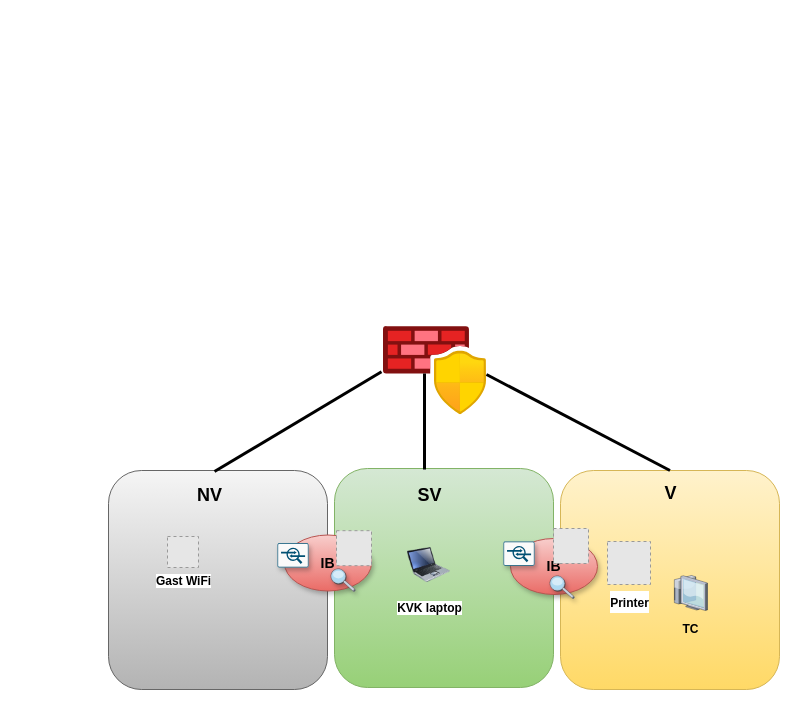
mhwwas/Terraform keeps this draw.io diagram as test.drawio. Above is the earlier version. Source tidied: cells renumbered, new cells numbered last; positions are measured from the earlier drawing's top-left corner, leaving out a move shared by most shapes. Both pictures are drawn from the tidied source at 100%, with x=0, y=0 at pixel (108, 326). Pictures stored in the file or linked from it are replaced by grey dashed boxes.
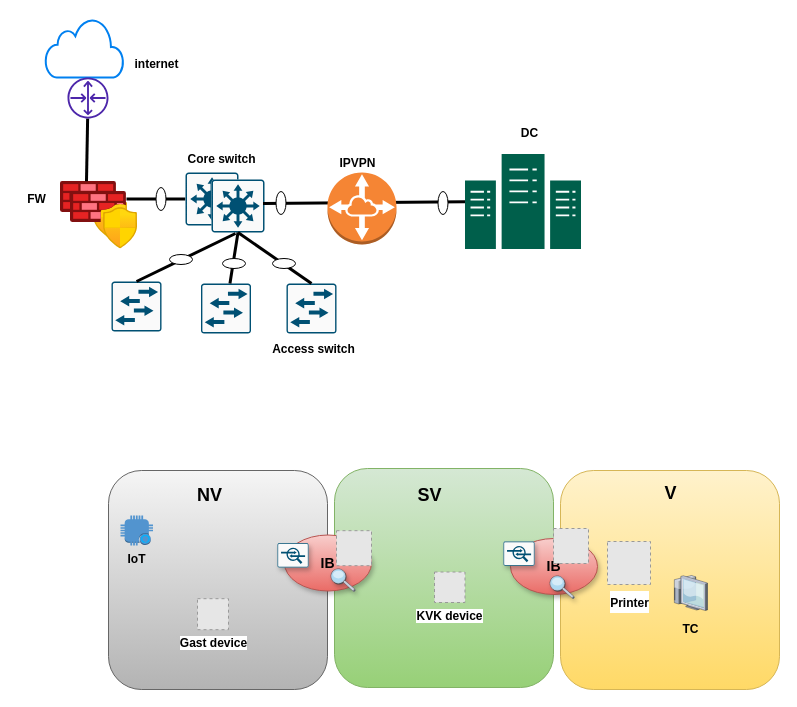
Above is the later version.

The change refers to these unchanged cells:
```xml
<mxCell id="4" style="whiteSpace=wrap;html=1;fillColor=#d5e8d4;strokeColor=#82b366;rounded=1;gradientColor=#97d077;" parent="1" vertex="1">
  <mxGeometry x="226" y="142" width="219" height="219" as="geometry" />
</mxCell>
<mxCell id="5" style="whiteSpace=wrap;html=1;fillColor=#fff2cc;strokeColor=#d6b656;gradientColor=#ffd966;rounded=1;" parent="1" vertex="1">
  <mxGeometry x="452" y="144" width="219" height="219" as="geometry" />
</mxCell>
```

Change to the diagram source:
```diff
@@
+    <mxCell id="24" style="html=1;verticalLabelPosition=bottom;align=center;labelBackgroundColor=#ffffff;verticalAlign=top;strokeWidth=2;strokeColor=#0080F0;shadow=0;dashed=0;shape=mxgraph.ios7.icons.cloud;" parent="1" vertex="1">
+      <mxGeometry x="-63" y="-308" width="78" height="59" as="geometry" />
+    </mxCell>
     <mxCell id="2" style="html=1;points=[];align=center;image;fontSize=12;image=img/lib/azure2/networking/Azure_Firewall_Manager.svg;" parent="1" vertex="1">
-      <mxGeometry x="275" width="103" height="88.3" as="geometry" />
+      <mxGeometry x="-48" y="-145" width="67" height="57.4" as="geometry" />
     </mxCell>
@@
-    <mxCell id="6" style="endArrow=none;html=1;rounded=0;strokeWidth=3;" parent="1" edge="1">
-      <mxGeometry relative="1" as="geometry">
-        <mxPoint x="106" y="145" as="sourcePoint" />
-        <mxPoint x="273" y="45.2" as="targetPoint" />
-      </mxGeometry>
+    <mxCell id="6" style="endArrow=none;html=1;rounded=0;strokeWidth=3;exitX=0.388;exitY=-0.006;exitDx=0;exitDy=0;exitPerimeter=0;" parent="1" edge="1" source="2" target="27">
+      <mxGeometry relative="1" as="geometry" />
     </mxCell>
-    <mxCell id="7" style="endArrow=none;html=1;rounded=0;strokeWidth=3;entryX=0.398;entryY=0.532;entryDx=0;entryDy=0;entryPerimeter=0;exitX=0.411;exitY=0.005;exitDx=0;exitDy=0;exitPerimeter=0;" parent="1" edge="1" source="4" target="2">
+    <mxCell id="7" style="endArrow=none;html=1;rounded=0;strokeWidth=3;entryX=0.985;entryY=0.307;entryDx=0;entryDy=0;entryPerimeter=0;startArrow=none;" parent="1" edge="1" source="28" target="2">
       <mxGeometry relative="1" as="geometry" />
     </mxCell>
-    <mxCell id="8" style="endArrow=none;html=1;rounded=0;strokeWidth=3;entryX=1;entryY=0.544;entryDx=0;entryDy=0;entryPerimeter=0;exitX=0.5;exitY=0;exitDx=0;exitDy=0;" parent="1" edge="1" source="5" target="2">
-      <mxGeometry relative="1" as="geometry" />
-    </mxCell>
-    <mxCell id="9" value="&lt;b&gt;Gast WiFi&lt;/b&gt;" style="fillColor=#E6E6E6;strokeColor=#999999;dashed=1;html=1;verticalAlign=top;verticalLabelPosition=bottom;labelBackgroundColor=#ffffff;" parent="1" vertex="1">
-      <mxGeometry x="59" y="210" width="31" height="31" as="geometry" />
+    <mxCell id="9" value="&lt;b&gt;Gast device&lt;/b&gt;" style="fillColor=#E6E6E6;strokeColor=#999999;dashed=1;html=1;verticalAlign=top;verticalLabelPosition=bottom;labelBackgroundColor=#ffffff;" parent="1" vertex="1">
+      <mxGeometry x="89" y="272.2" width="31" height="31" as="geometry" />
     </mxCell>
-    <mxCell id="10" value="&lt;b&gt;KVK laptop&lt;/b&gt;" style="image;html=1;image=img/lib/clip_art/computers/Laptop_128x128.png;rounded=1;shadow=0;glass=0;sketch=0;gradientColor=none;" parent="1" vertex="1">
-      <mxGeometry x="299" y="209" width="43" height="59" as="geometry" />
-    </mxCell>
@@
+    <mxCell id="25" value="&lt;b&gt;IoT&lt;/b&gt;" style="dashed=0;verticalLabelPosition=bottom;verticalAlign=top;align=center;html=1;shape=mxgraph.aws3.alexa_enabled_device;fillColor=#5294CF;gradientColor=none;" parent="1" vertex="1">
+      <mxGeometry x="12" y="189" width="32.5" height="30" as="geometry" />
+    </mxCell>
+    <mxCell id="26" value="&lt;b&gt;KVK device&lt;/b&gt;" style="fillColor=#E6E6E6;strokeColor=#999999;dashed=1;html=1;verticalAlign=top;verticalLabelPosition=bottom;labelBackgroundColor=#ffffff;" parent="1" vertex="1">
+      <mxGeometry x="326" y="245.5" width="30.5" height="30.5" as="geometry" />
+    </mxCell>
+    <mxCell id="27" style="sketch=0;outlineConnect=0;fontColor=#232F3E;gradientColor=none;fillColor=#4D27AA;strokeColor=none;dashed=0;verticalLabelPosition=bottom;verticalAlign=top;align=center;html=1;fontSize=12;fontStyle=0;shape=mxgraph.aws4.router;" parent="1" vertex="1">
+      <mxGeometry x="-41" y="-249" width="41" height="41" as="geometry" />
+    </mxCell>
+    <mxCell id="28" style="sketch=0;points=[[0.015,0.015,0],[0.985,0.015,0],[0.985,0.985,0],[0.015,0.985,0],[0.25,0,0],[0.5,0,0],[0.75,0,0],[1,0.25,0],[1,0.5,0],[1,0.75,0],[0.75,1,0],[0.5,1,0],[0.25,1,0],[0,0.75,0],[0,0.5,0],[0,0.25,0]];verticalLabelPosition=bottom;html=1;verticalAlign=top;align=center;shape=mxgraph.cisco19.rect;prIcon=l3_switch;fillColor=#FAFAFA;strokeColor=#005073;" parent="1" vertex="1">
+      <mxGeometry x="77" y="-154" width="53" height="53" as="geometry" />
+    </mxCell>
+    <mxCell id="29" style="sketch=0;points=[[0.015,0.015,0],[0.985,0.015,0],[0.985,0.985,0],[0.015,0.985,0],[0.25,0,0],[0.5,0,0],[0.75,0,0],[1,0.25,0],[1,0.5,0],[1,0.75,0],[0.75,1,0],[0.5,1,0],[0.25,1,0],[0,0.75,0],[0,0.5,0],[0,0.25,0]];verticalLabelPosition=bottom;html=1;verticalAlign=top;align=center;shape=mxgraph.cisco19.rect;prIcon=l3_switch;fillColor=#FAFAFA;strokeColor=#005073;" parent="1" vertex="1">
+      <mxGeometry x="103" y="-147" width="53" height="53" as="geometry" />
+    </mxCell>
+    <mxCell id="30" style="sketch=0;points=[[0.015,0.015,0],[0.985,0.015,0],[0.985,0.985,0],[0.015,0.985,0],[0.25,0,0],[0.5,0,0],[0.75,0,0],[1,0.25,0],[1,0.5,0],[1,0.75,0],[0.75,1,0],[0.5,1,0],[0.25,1,0],[0,0.75,0],[0,0.5,0],[0,0.25,0]];verticalLabelPosition=bottom;html=1;verticalAlign=top;align=center;shape=mxgraph.cisco19.rect;prIcon=l2_switch;fillColor=#FAFAFA;strokeColor=#005073;" parent="1" vertex="1">
+      <mxGeometry x="3" y="-45" width="50" height="50" as="geometry" />
+    </mxCell>
+    <mxCell id="31" style="sketch=0;points=[[0.015,0.015,0],[0.985,0.015,0],[0.985,0.985,0],[0.015,0.985,0],[0.25,0,0],[0.5,0,0],[0.75,0,0],[1,0.25,0],[1,0.5,0],[1,0.75,0],[0.75,1,0],[0.5,1,0],[0.25,1,0],[0,0.75,0],[0,0.5,0],[0,0.25,0]];verticalLabelPosition=bottom;html=1;verticalAlign=top;align=center;shape=mxgraph.cisco19.rect;prIcon=l2_switch;fillColor=#FAFAFA;strokeColor=#005073;" parent="1" vertex="1">
+      <mxGeometry x="92.5" y="-43" width="50" height="50" as="geometry" />
+    </mxCell>
+    <mxCell id="32" style="sketch=0;points=[[0.015,0.015,0],[0.985,0.015,0],[0.985,0.985,0],[0.015,0.985,0],[0.25,0,0],[0.5,0,0],[0.75,0,0],[1,0.25,0],[1,0.5,0],[1,0.75,0],[0.75,1,0],[0.5,1,0],[0.25,1,0],[0,0.75,0],[0,0.5,0],[0,0.25,0]];verticalLabelPosition=bottom;html=1;verticalAlign=top;align=center;shape=mxgraph.cisco19.rect;prIcon=l2_switch;fillColor=#FAFAFA;strokeColor=#005073;" parent="1" vertex="1">
+      <mxGeometry x="178" y="-43" width="50" height="50" as="geometry" />
+    </mxCell>
+    <mxCell id="33" style="endArrow=none;html=1;rounded=0;strokeWidth=3;entryX=0.5;entryY=1;entryDx=0;entryDy=0;entryPerimeter=0;" parent="1" edge="1" source="31" target="29">
+      <mxGeometry relative="1" as="geometry" />
+    </mxCell>
+    <mxCell id="34" style="endArrow=none;html=1;rounded=0;strokeWidth=3;entryX=0.5;entryY=1;entryDx=0;entryDy=0;entryPerimeter=0;exitX=0.5;exitY=0;exitDx=0;exitDy=0;exitPerimeter=0;" parent="1" edge="1" source="32" target="29">
+      <mxGeometry relative="1" as="geometry" />
+    </mxCell>
+    <mxCell id="35" style="ellipse;whiteSpace=wrap;html=1;rotation=90;" parent="1" vertex="1">
+      <mxGeometry x="41" y="-132.5" width="23" height="10" as="geometry" />
+    </mxCell>
+    <mxCell id="36" style="ellipse;whiteSpace=wrap;html=1;rotation=0;" parent="1" vertex="1">
+      <mxGeometry x="114" y="-68" width="23" height="10" as="geometry" />
+    </mxCell>
+    <mxCell id="37" style="ellipse;whiteSpace=wrap;html=1;rotation=0;" parent="1" vertex="1">
+      <mxGeometry x="164" y="-68" width="23" height="10" as="geometry" />
+    </mxCell>
+    <mxCell id="38" style="endArrow=none;html=1;rounded=0;strokeWidth=3;exitX=0.5;exitY=0;exitDx=0;exitDy=0;entryX=0.453;entryY=1.019;entryDx=0;entryDy=0;entryPerimeter=0;exitPerimeter=0;" parent="1" edge="1" source="30" target="29">
+      <mxGeometry relative="1" as="geometry" />
+    </mxCell>
+    <mxCell id="39" style="ellipse;whiteSpace=wrap;html=1;rotation=0;" parent="1" vertex="1">
+      <mxGeometry x="61" y="-72" width="23" height="10" as="geometry" />
+    </mxCell>
+    <mxCell id="40" value="&lt;b&gt;FW&lt;/b&gt;" style="text;html=1;align=center;verticalAlign=middle;fillColor=none;strokeColor=none;rounded=0;" parent="1" vertex="1">
+      <mxGeometry x="-91" y="-140.5" width="37" height="26" as="geometry" />
+    </mxCell>
+    <mxCell id="41" value="&lt;b&gt;Core switch&lt;/b&gt;" style="text;html=1;align=center;verticalAlign=middle;fillColor=none;strokeColor=none;rounded=0;" parent="1" vertex="1">
+      <mxGeometry x="70" y="-180" width="86" height="26" as="geometry" />
+    </mxCell>
+    <mxCell id="42" value="&lt;b&gt;internet&lt;/b&gt;" style="text;html=1;align=center;verticalAlign=middle;fillColor=none;strokeColor=none;rounded=0;" parent="1" vertex="1">
+      <mxGeometry x="17" y="-275" width="62" height="26" as="geometry" />
+    </mxCell>
+    <mxCell id="43" value="&lt;b&gt;Access switch&lt;/b&gt;" style="text;html=1;align=center;verticalAlign=middle;fillColor=none;strokeColor=none;rounded=0;" parent="1" vertex="1">
+      <mxGeometry x="154" y="10" width="101" height="26" as="geometry" />
+    </mxCell>
+    <mxCell id="44" style="html=1;align=center;image;fontSize=12;image=img/lib/azure2/networking/Azure_Firewall_Manager.svg;" parent="1" vertex="1">
+      <mxGeometry x="-38" y="-135" width="67" height="57.4" as="geometry" />
+    </mxCell>
+    <mxCell id="45" style="endArrow=none;html=1;rounded=0;strokeWidth=3;entryX=0.5;entryY=1;entryDx=0;entryDy=0;entryPerimeter=0;" parent="1" edge="1" source="46">
+      <mxGeometry relative="1" as="geometry">
+        <mxPoint x="154.5" y="-123" as="targetPoint" />
+      </mxGeometry>
+    </mxCell>
+    <mxCell id="46" style="sketch=0;shadow=0;dashed=0;html=1;strokeColor=none;fillColor=#005F4B;labelPosition=center;verticalLabelPosition=bottom;verticalAlign=top;align=center;outlineConnect=0;shape=mxgraph.veeam2.datacenter;" parent="1" vertex="1">
+      <mxGeometry x="356.5" y="-172.6" width="116" height="95" as="geometry" />
+    </mxCell>
+    <mxCell id="47" value="&lt;b&gt;IPVPN&lt;/b&gt;" style="text;html=1;align=center;verticalAlign=middle;fillColor=none;strokeColor=none;rounded=0;" parent="1" vertex="1">
+      <mxGeometry x="222" y="-176" width="54" height="26" as="geometry" />
+    </mxCell>
+    <mxCell id="48" value="&lt;b&gt;DC&lt;/b&gt;" style="text;html=1;align=center;verticalAlign=middle;fillColor=none;strokeColor=none;rounded=0;" parent="1" vertex="1">
+      <mxGeometry x="403" y="-206" width="35" height="26" as="geometry" />
+    </mxCell>
+    <mxCell id="49" style="dashed=0;verticalLabelPosition=bottom;verticalAlign=top;align=center;html=1;shape=mxgraph.aws3.vpc_peering;fillColor=#F58534;gradientColor=none;" parent="1" vertex="1">
+      <mxGeometry x="219" y="-154" width="69" height="72" as="geometry" />
+    </mxCell>
+    <mxCell id="50" style="ellipse;whiteSpace=wrap;html=1;rotation=90;" parent="1" vertex="1">
+      <mxGeometry x="161" y="-128.5" width="23" height="10" as="geometry" />
+    </mxCell>
+    <mxCell id="51" style="ellipse;whiteSpace=wrap;html=1;rotation=90;" parent="1" vertex="1">
+      <mxGeometry x="323" y="-128.5" width="23" height="10" as="geometry" />
+    </mxCell>
```
